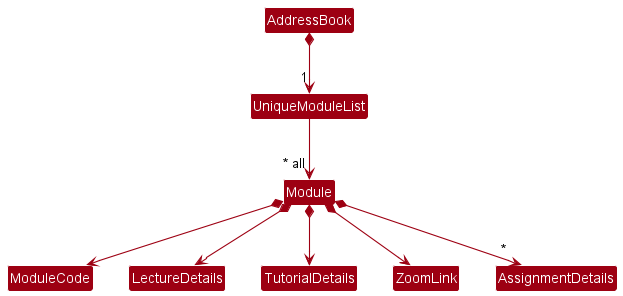
The PlantUML diagram docs/images/ModuleClassDiagram.png in nus-cs2103-AY2223S1/tp, before a commit.
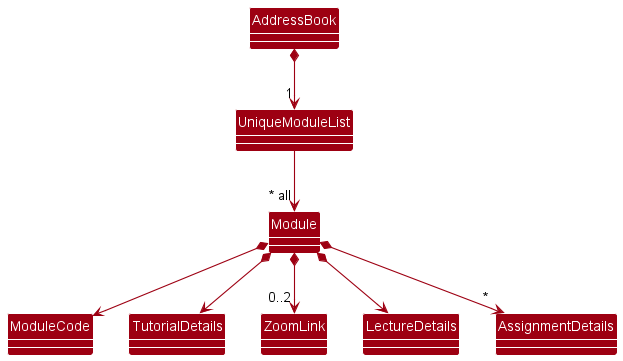
The same diagram one commit later.

What changed in the source:
```diff
@@ -8,9 +8,13 @@
 
 UniqueModuleList -down-> "~* all" Module
 
+ModuleCode -[hidden]right-> TutorialDetails
+TutorialDetails -[hidden]right-> ZoomLink
+
+
 Module *--> ModuleCode
 Module *--> LectureDetails
 Module *--> TutorialDetails
-Module *--> ZoomLink
+Module *--> "0..2" ZoomLink
 Module *--> "*" AssignmentDetails
 @enduml
```
